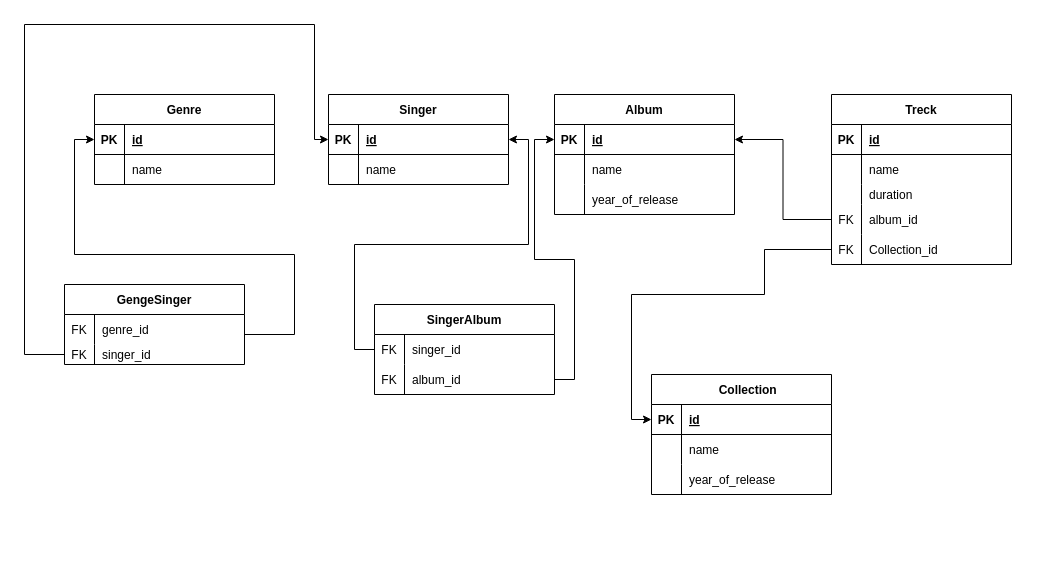
Above: HW_db_1.1.drawio in DEStarkovPY/db_hw_main (draw.io), before the change. Source tidied: cells renumbered, new cells numbered last; positions are measured from the earlier drawing's top-left corner, leaving out a move shared by most shapes. Both pictures are drawn from the tidied source at 100%, with x=0, y=0 at pixel (24, 24).
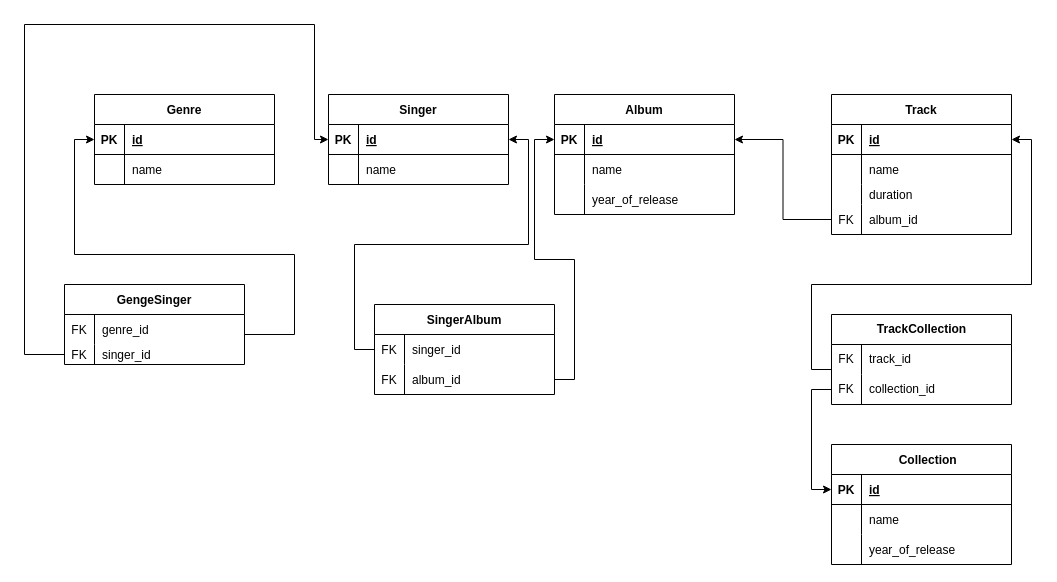
The same diagram, later.

The change refers to these unchanged cells:
```xml
<mxCell id="27" style="shape=tableRow;horizontal=0;startSize=0;swimlaneHead=0;swimlaneBody=0;fillColor=none;points=[[0,0.5],[1,0.5]];portConstraint=eastwest;top=0;left=0;right=0;bottom=1;" parent="26" vertex="1">
  <mxGeometry y="30" width="180" height="30" as="geometry" />
</mxCell>
<mxCell id="53" style="shape=tableRow;horizontal=0;startSize=0;swimlaneHead=0;swimlaneBody=0;fillColor=none;points=[[0,0.5],[1,0.5]];portConstraint=eastwest;top=0;left=0;right=0;bottom=1;" parent="52" vertex="1">
  <mxGeometry y="30" width="180" height="30" as="geometry" />
</mxCell>
```

What changed in the source:
```diff
@@
-    <mxCell id="26" value="Treck" style="shape=table;startSize=30;childLayout=tableLayout;rowLines=0;fontStyle=1;align=center;" parent="1" vertex="1">
-      <mxGeometry x="807" y="70" width="180" height="170" as="geometry" />
+    <mxCell id="26" value="Track" style="shape=table;startSize=30;childLayout=tableLayout;rowLines=0;fontStyle=1;align=center;" parent="1" vertex="1">
+      <mxGeometry x="807" y="70" width="180" height="140" as="geometry" />
     </mxCell>
@@
-    <mxCell id="39" style="shape=tableRow;horizontal=0;startSize=0;swimlaneHead=0;swimlaneBody=0;fillColor=none;points=[[0,0.5],[1,0.5]];portConstraint=eastwest;top=0;left=0;right=0;bottom=0;" parent="26" vertex="1">
-      <mxGeometry y="140" width="180" height="30" as="geometry" />
-    </mxCell>
-    <mxCell id="40" value="FK" style="shape=partialRectangle;fillColor=none;top=0;left=0;bottom=0;right=0;overflow=hidden;" parent="39" vertex="1">
-      <mxGeometry width="30" height="30" as="geometry" />
-    </mxCell>
-    <mxCell id="41" value="Collection_id" style="shape=partialRectangle;fillColor=none;top=0;left=0;bottom=0;right=0;align=left;spacingLeft=6;overflow=hidden;" parent="39" vertex="1">
-      <mxGeometry x="30" width="150" height="30" as="geometry" />
-    </mxCell>
@@
     <mxCell id="52" value="    Collection" style="shape=table;startSize=30;childLayout=tableLayout;rowLines=0;fontStyle=1;align=center;" parent="1" vertex="1">
-      <mxGeometry x="627" y="350" width="180" height="120" as="geometry" />
+      <mxGeometry x="807" y="420" width="180" height="120" as="geometry" />
     </mxCell>
@@
-    <mxCell id="62" style="edgeStyle=orthogonalEdgeStyle;rounded=0;jettySize=auto;html=1;entryX=0;entryY=0.5;entryDx=0;entryDy=0;" parent="1" edge="1" source="39" target="53">
-      <mxGeometry relative="1" as="geometry">
-        <Array as="points">
-          <mxPoint x="740" y="225" />
-          <mxPoint x="740" y="270" />
-          <mxPoint x="607" y="270" />
-          <mxPoint x="607" y="395" />
-        </Array>
-      </mxGeometry>
-    </mxCell>
@@
+    <mxCell id="72" value="TrackCollection" style="shape=table;startSize=30;childLayout=tableLayout;rowLines=0;fontStyle=1;align=center;html=1;" parent="1" vertex="1">
+      <mxGeometry x="807" y="290" width="180" height="90" as="geometry" />
+    </mxCell>
+    <mxCell id="73" style="shape=tableRow;horizontal=0;startSize=0;swimlaneHead=0;swimlaneBody=0;fillColor=none;points=[[0,0.5],[1,0.5]];portConstraint=eastwest;top=0;left=0;right=0;bottom=0;" parent="72" vertex="1">
+      <mxGeometry y="30" width="180" height="30" as="geometry" />
+    </mxCell>
+    <mxCell id="74" value="FK" style="shape=partialRectangle;fillColor=none;top=0;left=0;bottom=0;right=0;overflow=hidden;whiteSpace=wrap;html=1;" parent="73" vertex="1">
+      <mxGeometry width="30" height="30" as="geometry" />
+    </mxCell>
+    <mxCell id="75" value="track_id" style="shape=partialRectangle;fillColor=none;top=0;left=0;bottom=0;right=0;align=left;spacingLeft=6;overflow=hidden;whiteSpace=wrap;html=1;" parent="73" vertex="1">
+      <mxGeometry x="30" width="150" height="30" as="geometry" />
+    </mxCell>
+    <mxCell id="76" style="shape=tableRow;horizontal=0;startSize=0;swimlaneHead=0;swimlaneBody=0;fillColor=none;points=[[0,0.5],[1,0.5]];portConstraint=eastwest;top=0;left=0;right=0;bottom=0;" parent="72" vertex="1">
+      <mxGeometry y="60" width="180" height="30" as="geometry" />
+    </mxCell>
+    <mxCell id="77" value="FK" style="shape=partialRectangle;fillColor=none;top=0;left=0;bottom=0;right=0;overflow=hidden;whiteSpace=wrap;html=1;" parent="76" vertex="1">
+      <mxGeometry width="30" height="30" as="geometry" />
+    </mxCell>
+    <mxCell id="78" value="collection_id" style="shape=partialRectangle;fillColor=none;top=0;left=0;bottom=0;right=0;align=left;spacingLeft=6;overflow=hidden;whiteSpace=wrap;html=1;" parent="76" vertex="1">
+      <mxGeometry x="30" width="150" height="30" as="geometry" />
+    </mxCell>
+    <mxCell id="79" style="edgeStyle=orthogonalEdgeStyle;rounded=0;jettySize=auto;html=1;entryX=0;entryY=0.5;entryDx=0;entryDy=0;" parent="1" edge="1" source="76" target="53">
+      <mxGeometry relative="1" as="geometry" />
+    </mxCell>
+    <mxCell id="80" style="edgeStyle=orthogonalEdgeStyle;rounded=0;jettySize=auto;html=1;" parent="1" edge="1" source="73" target="27">
+      <mxGeometry relative="1" as="geometry">
+        <Array as="points">
+          <mxPoint x="787" y="345" />
+          <mxPoint x="787" y="260" />
+          <mxPoint x="1007" y="260" />
+          <mxPoint x="1007" y="115" />
+        </Array>
+      </mxGeometry>
+    </mxCell>
```
